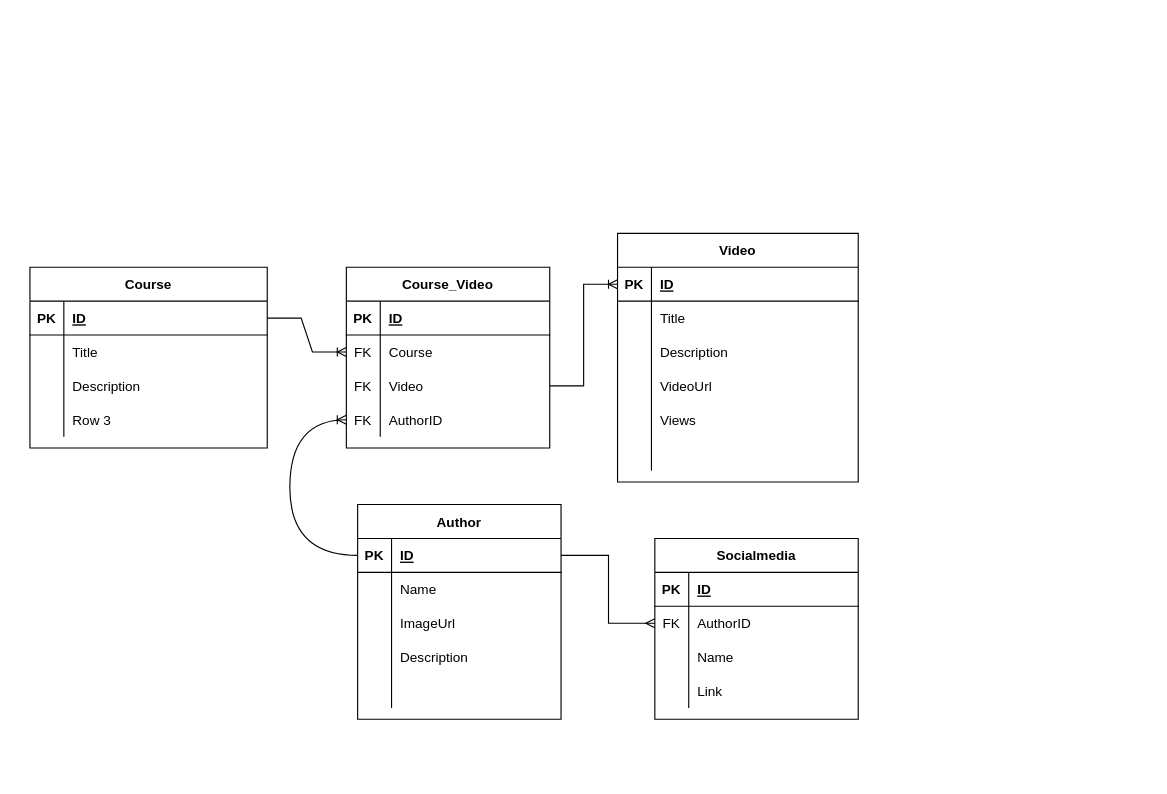
RobertoTeVe/Lemon-CS keeps this draw.io diagram as M1-Modelado/01-Modelado/ModeladoRelacional.drawio. Above is the earlier version. Source tidied: cells renumbered, new cells numbered last; positions are measured from the earlier drawing's top-left corner, leaving out a move shared by most shapes. Both pictures are drawn from the tidied source at 113%, with x=0, y=0 at pixel (29, 233).
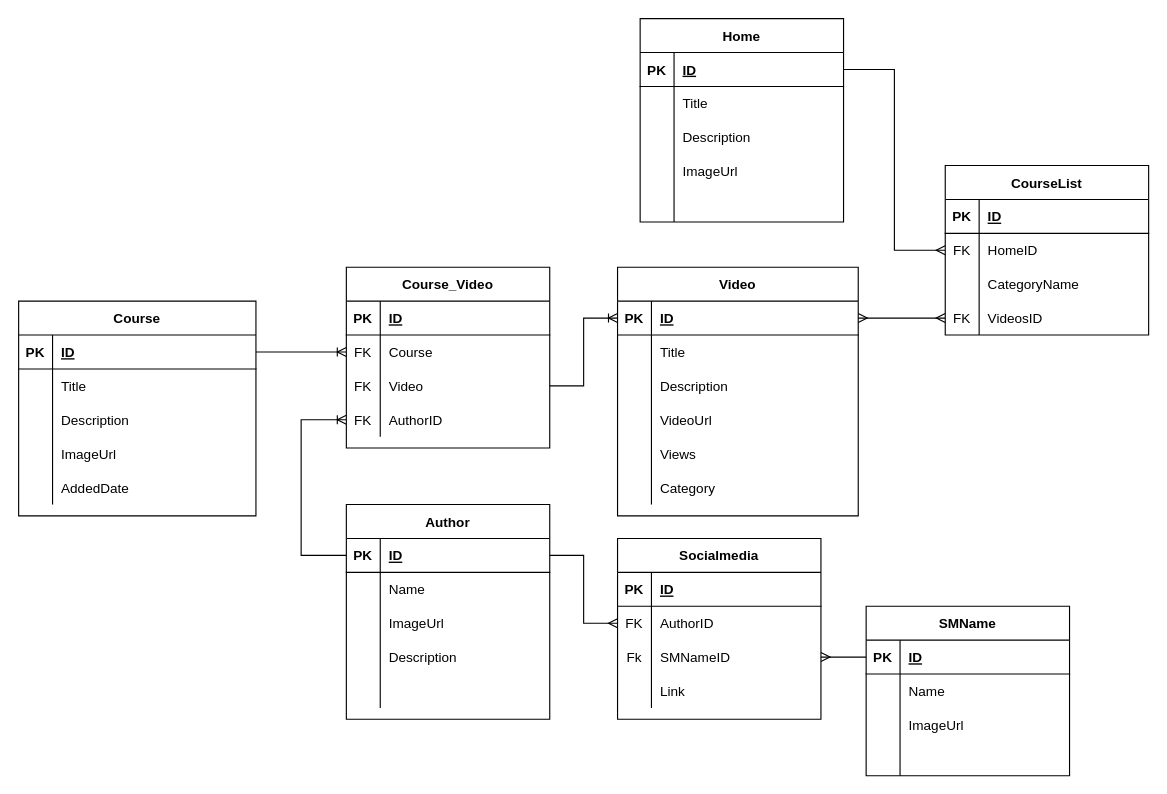
The same page after the edit.

Unchanged cells that the change refers to:
```xml
<mxCell id="3" style="shape=tableRow;horizontal=0;startSize=0;swimlaneHead=0;swimlaneBody=0;fillColor=none;points=[[0,0.5],[1,0.5]];portConstraint=eastwest;top=0;left=0;right=0;bottom=1;" parent="2" vertex="1">
  <mxGeometry y="30" width="213" height="30" as="geometry" />
</mxCell>
<mxCell id="18" style="shape=tableRow;horizontal=0;startSize=0;swimlaneHead=0;swimlaneBody=0;fillColor=none;top=0;left=0;right=0;bottom=0;" parent="2" vertex="1">
  <mxGeometry y="180" width="213" height="30" as="geometry" />
</mxCell>
<mxCell id="31" style="shape=tableRow;horizontal=0;startSize=0;swimlaneHead=0;swimlaneBody=0;fillColor=none;top=0;left=0;right=0;bottom=0;" parent="21" vertex="1">
  <mxGeometry y="120" width="210" height="30" as="geometry" />
</mxCell>
<mxCell id="44" style="shape=tableRow;horizontal=0;startSize=0;swimlaneHead=0;swimlaneBody=0;fillColor=none;points=[[0,0.5],[1,0.5]];portConstraint=eastwest;top=0;left=0;right=0;bottom=0;" parent="34" vertex="1">
  <mxGeometry y="120" width="180" height="30" as="geometry" />
</mxCell>
<mxCell id="50" style="shape=tableRow;horizontal=0;startSize=0;swimlaneHead=0;swimlaneBody=0;fillColor=none;points=[[0,0.5],[1,0.5]];portConstraint=eastwest;top=0;left=0;right=0;bottom=1;" parent="49" vertex="1">
  <mxGeometry y="30" width="180" height="30" as="geometry" />
</mxCell>
<mxCell id="72" style="shape=tableRow;horizontal=0;startSize=0;swimlaneHead=0;swimlaneBody=0;fillColor=none;points=[[0,0.5],[1,0.5]];portConstraint=eastwest;top=0;left=0;right=0;bottom=0;" parent="65" vertex="1">
  <mxGeometry y="90" width="180" height="30" as="geometry" />
</mxCell>
```

Diff of the diagram source:
```diff
@@
     <mxCell id="2" value="Video" style="shape=table;startSize=30;childLayout=tableLayout;rowLines=0;fontStyle=1;align=center;" parent="1" vertex="1">
-      <mxGeometry x="520" width="213" height="220" as="geometry" />
+      <mxGeometry x="520" y="30" width="213" height="220" as="geometry" />
     </mxCell>
@@
-    <mxCell id="20" style="shape=partialRectangle;fillColor=none;top=0;left=0;bottom=0;right=0;align=left;spacingLeft=6;overflow=hidden;" parent="18" vertex="1">
+    <mxCell id="20" value="Category" style="shape=partialRectangle;fillColor=none;top=0;left=0;bottom=0;right=0;align=left;spacingLeft=6;overflow=hidden;" parent="18" vertex="1">
       <mxGeometry x="30" width="183" height="30" as="geometry" />
     </mxCell>
     <mxCell id="21" value="Course" style="shape=table;startSize=30;childLayout=tableLayout;rowLines=0;fontStyle=1;align=center;" parent="1" vertex="1">
-      <mxGeometry y="30" width="210" height="160" as="geometry" />
+      <mxGeometry x="-10" y="60" width="210" height="190" as="geometry" />
     </mxCell>
@@
-    <mxCell id="33" value="Row 3" style="shape=partialRectangle;fillColor=none;top=0;left=0;bottom=0;right=0;align=left;spacingLeft=6;overflow=hidden;" parent="31" vertex="1">
+    <mxCell id="33" value="ImageUrl" style="shape=partialRectangle;fillColor=none;top=0;left=0;bottom=0;right=0;align=left;spacingLeft=6;overflow=hidden;" parent="31" vertex="1">
       <mxGeometry x="30" width="180" height="30" as="geometry" />
     </mxCell>
+    <mxCell id="80" style="shape=tableRow;horizontal=0;startSize=0;swimlaneHead=0;swimlaneBody=0;fillColor=none;top=0;left=0;right=0;bottom=0;" parent="21" vertex="1">
+      <mxGeometry y="150" width="210" height="30" as="geometry" />
+    </mxCell>
+    <mxCell id="81" style="shape=partialRectangle;fillColor=none;top=0;left=0;bottom=0;right=0;overflow=hidden;" parent="80" vertex="1">
+      <mxGeometry width="30" height="30" as="geometry" />
+    </mxCell>
+    <mxCell id="82" value="AddedDate" style="shape=partialRectangle;fillColor=none;top=0;left=0;bottom=0;right=0;align=left;spacingLeft=6;overflow=hidden;" parent="80" vertex="1">
+      <mxGeometry x="30" width="180" height="30" as="geometry" />
+    </mxCell>
@@
     <mxCell id="49" value="Author" style="shape=table;startSize=30;childLayout=tableLayout;rowLines=0;fontStyle=1;align=center;" parent="1" vertex="1">
-      <mxGeometry x="290" y="240" width="180" height="190" as="geometry" />
+      <mxGeometry x="280" y="240" width="180" height="190" as="geometry" />
     </mxCell>
@@
     <mxCell id="65" value="Socialmedia" style="shape=table;startSize=30;childLayout=tableLayout;rowLines=0;fontStyle=1;align=center;" parent="1" vertex="1">
-      <mxGeometry x="553" y="270" width="180" height="160" as="geometry" />
+      <mxGeometry x="520" y="270" width="180" height="160" as="geometry" />
     </mxCell>
@@
-    <mxCell id="73" style="shape=partialRectangle;fillColor=none;top=0;left=0;bottom=0;right=0;overflow=hidden;" parent="72" vertex="1">
+    <mxCell id="73" value="Fk" style="shape=partialRectangle;fillColor=none;top=0;left=0;bottom=0;right=0;overflow=hidden;" parent="72" vertex="1">
       <mxGeometry width="30" height="30" as="geometry" />
     </mxCell>
-    <mxCell id="74" value="Name" style="shape=partialRectangle;fillColor=none;top=0;left=0;bottom=0;right=0;align=left;spacingLeft=6;overflow=hidden;" parent="72" vertex="1">
+    <mxCell id="74" value="SMNameID" style="shape=partialRectangle;fillColor=none;top=0;left=0;bottom=0;right=0;align=left;spacingLeft=6;overflow=hidden;" parent="72" vertex="1">
       <mxGeometry x="30" width="150" height="30" as="geometry" />
     </mxCell>
@@
-    <mxCell id="78" style="edgeStyle=orthogonalEdgeStyle;fontSize=12;html=1;endArrow=ERoneToMany;rounded=0;entryX=0;entryY=0.5;entryDx=0;entryDy=0;exitX=0;exitY=0.5;exitDx=0;exitDy=0;curved=1;" parent="1" edge="1" source="50" target="44">
+    <mxCell id="78" style="edgeStyle=elbowEdgeStyle;fontSize=12;html=1;endArrow=ERoneToMany;rounded=0;entryX=0;entryY=0.5;entryDx=0;entryDy=0;exitX=0;exitY=0.5;exitDx=0;exitDy=0;" parent="1" edge="1" source="50" target="44">
       <mxGeometry relative="1" as="geometry">
         <Array as="points">
-          <mxPoint x="230" y="285" />
-          <mxPoint x="230" y="165" />
+          <mxPoint x="240" y="220" />
         </Array>
       </mxGeometry>
     </mxCell>
@@
+    <mxCell id="83" value="SMName" style="shape=table;startSize=30;childLayout=tableLayout;rowLines=0;fontStyle=1;align=center;" parent="1" vertex="1">
+      <mxGeometry x="740" y="330" width="180" height="150" as="geometry" />
+    </mxCell>
+    <mxCell id="84" style="shape=tableRow;horizontal=0;startSize=0;swimlaneHead=0;swimlaneBody=0;fillColor=none;points=[[0,0.5],[1,0.5]];portConstraint=eastwest;top=0;left=0;right=0;bottom=1;" parent="83" vertex="1">
+      <mxGeometry y="30" width="180" height="30" as="geometry" />
+    </mxCell>
+    <mxCell id="85" value="PK" style="shape=partialRectangle;fillColor=none;top=0;left=0;bottom=0;right=0;fontStyle=1;overflow=hidden;" parent="84" vertex="1">
+      <mxGeometry width="30" height="30" as="geometry" />
+    </mxCell>
+    <mxCell id="86" value="ID" style="shape=partialRectangle;fillColor=none;top=0;left=0;bottom=0;right=0;align=left;spacingLeft=6;fontStyle=5;overflow=hidden;" parent="84" vertex="1">
+      <mxGeometry x="30" width="150" height="30" as="geometry" />
+    </mxCell>
+    <mxCell id="87" style="shape=tableRow;horizontal=0;startSize=0;swimlaneHead=0;swimlaneBody=0;fillColor=none;top=0;left=0;right=0;bottom=0;" parent="83" vertex="1">
+      <mxGeometry y="60" width="180" height="30" as="geometry" />
+    </mxCell>
+    <mxCell id="88" style="shape=partialRectangle;fillColor=none;top=0;left=0;bottom=0;right=0;overflow=hidden;" parent="87" vertex="1">
+      <mxGeometry width="30" height="30" as="geometry" />
+    </mxCell>
+    <mxCell id="89" value="Name" style="shape=partialRectangle;fillColor=none;top=0;left=0;bottom=0;right=0;align=left;spacingLeft=6;overflow=hidden;" parent="87" vertex="1">
+      <mxGeometry x="30" width="150" height="30" as="geometry" />
+    </mxCell>
+    <mxCell id="90" style="shape=tableRow;horizontal=0;startSize=0;swimlaneHead=0;swimlaneBody=0;fillColor=none;top=0;left=0;right=0;bottom=0;" parent="83" vertex="1">
+      <mxGeometry y="90" width="180" height="30" as="geometry" />
+    </mxCell>
+    <mxCell id="91" style="shape=partialRectangle;fillColor=none;top=0;left=0;bottom=0;right=0;overflow=hidden;" parent="90" vertex="1">
+      <mxGeometry width="30" height="30" as="geometry" />
+    </mxCell>
+    <mxCell id="92" value="ImageUrl" style="shape=partialRectangle;fillColor=none;top=0;left=0;bottom=0;right=0;align=left;spacingLeft=6;overflow=hidden;" parent="90" vertex="1">
+      <mxGeometry x="30" width="150" height="30" as="geometry" />
+    </mxCell>
+    <mxCell id="93" style="shape=tableRow;horizontal=0;startSize=0;swimlaneHead=0;swimlaneBody=0;fillColor=none;top=0;left=0;right=0;bottom=0;" parent="83" vertex="1">
+      <mxGeometry y="120" width="180" height="30" as="geometry" />
+    </mxCell>
+    <mxCell id="94" style="shape=partialRectangle;fillColor=none;top=0;left=0;bottom=0;right=0;overflow=hidden;" parent="93" vertex="1">
+      <mxGeometry width="30" height="30" as="geometry" />
+    </mxCell>
+    <mxCell id="95" style="shape=partialRectangle;fillColor=none;top=0;left=0;bottom=0;right=0;align=left;spacingLeft=6;overflow=hidden;" parent="93" vertex="1">
+      <mxGeometry x="30" width="150" height="30" as="geometry" />
+    </mxCell>
+    <mxCell id="96" style="edgeStyle=elbowEdgeStyle;fontSize=12;html=1;endArrow=none;rounded=0;entryX=0;entryY=0.5;entryDx=0;entryDy=0;exitX=1;exitY=0.5;exitDx=0;exitDy=0;startArrow=ERmany;startFill=0;endFill=0;" parent="1" edge="1" source="72" target="84">
+      <mxGeometry relative="1" as="geometry" />
+    </mxCell>
+    <mxCell id="97" value="Home" style="shape=table;startSize=30;childLayout=tableLayout;rowLines=0;fontStyle=1;align=center;" parent="1" vertex="1">
+      <mxGeometry x="540" y="-190" width="180" height="180" as="geometry" />
+    </mxCell>
+    <mxCell id="98" style="shape=tableRow;horizontal=0;startSize=0;swimlaneHead=0;swimlaneBody=0;fillColor=none;points=[[0,0.5],[1,0.5]];portConstraint=eastwest;top=0;left=0;right=0;bottom=1;" parent="97" vertex="1">
+      <mxGeometry y="30" width="180" height="30" as="geometry" />
+    </mxCell>
+    <mxCell id="99" value="PK" style="shape=partialRectangle;fillColor=none;top=0;left=0;bottom=0;right=0;fontStyle=1;overflow=hidden;" parent="98" vertex="1">
+      <mxGeometry width="30" height="30" as="geometry" />
+    </mxCell>
+    <mxCell id="100" value="ID" style="shape=partialRectangle;fillColor=none;top=0;left=0;bottom=0;right=0;align=left;spacingLeft=6;fontStyle=5;overflow=hidden;" parent="98" vertex="1">
+      <mxGeometry x="30" width="150" height="30" as="geometry" />
+    </mxCell>
+    <mxCell id="101" style="shape=tableRow;horizontal=0;startSize=0;swimlaneHead=0;swimlaneBody=0;fillColor=none;top=0;left=0;right=0;bottom=0;" parent="97" vertex="1">
+      <mxGeometry y="60" width="180" height="30" as="geometry" />
+    </mxCell>
+    <mxCell id="102" style="shape=partialRectangle;fillColor=none;top=0;left=0;bottom=0;right=0;overflow=hidden;" parent="101" vertex="1">
+      <mxGeometry width="30" height="30" as="geometry" />
+    </mxCell>
+    <mxCell id="103" value="Title" style="shape=partialRectangle;fillColor=none;top=0;left=0;bottom=0;right=0;align=left;spacingLeft=6;overflow=hidden;" parent="101" vertex="1">
+      <mxGeometry x="30" width="150" height="30" as="geometry" />
+    </mxCell>
+    <mxCell id="104" style="shape=tableRow;horizontal=0;startSize=0;swimlaneHead=0;swimlaneBody=0;fillColor=none;top=0;left=0;right=0;bottom=0;" parent="97" vertex="1">
+      <mxGeometry y="90" width="180" height="30" as="geometry" />
+    </mxCell>
+    <mxCell id="105" style="shape=partialRectangle;fillColor=none;top=0;left=0;bottom=0;right=0;overflow=hidden;" parent="104" vertex="1">
+      <mxGeometry width="30" height="30" as="geometry" />
+    </mxCell>
+    <mxCell id="106" value="Description" style="shape=partialRectangle;fillColor=none;top=0;left=0;bottom=0;right=0;align=left;spacingLeft=6;overflow=hidden;" parent="104" vertex="1">
+      <mxGeometry x="30" width="150" height="30" as="geometry" />
+    </mxCell>
+    <mxCell id="107" style="shape=tableRow;horizontal=0;startSize=0;swimlaneHead=0;swimlaneBody=0;fillColor=none;top=0;left=0;right=0;bottom=0;" parent="97" vertex="1">
+      <mxGeometry y="120" width="180" height="30" as="geometry" />
+    </mxCell>
+    <mxCell id="108" style="shape=partialRectangle;fillColor=none;top=0;left=0;bottom=0;right=0;overflow=hidden;" parent="107" vertex="1">
+      <mxGeometry width="30" height="30" as="geometry" />
+    </mxCell>
+    <mxCell id="109" value="ImageUrl" style="shape=partialRectangle;fillColor=none;top=0;left=0;bottom=0;right=0;align=left;spacingLeft=6;overflow=hidden;" parent="107" vertex="1">
+      <mxGeometry x="30" width="150" height="30" as="geometry" />
+    </mxCell>
+    <mxCell id="110" style="shape=tableRow;horizontal=0;startSize=0;swimlaneHead=0;swimlaneBody=0;fillColor=none;top=0;left=0;right=0;bottom=0;" parent="97" vertex="1">
+      <mxGeometry y="150" width="180" height="30" as="geometry" />
+    </mxCell>
+    <mxCell id="111" style="shape=partialRectangle;fillColor=none;top=0;left=0;bottom=0;right=0;overflow=hidden;" parent="110" vertex="1">
+      <mxGeometry width="30" height="30" as="geometry" />
+    </mxCell>
+    <mxCell id="112" style="shape=partialRectangle;fillColor=none;top=0;left=0;bottom=0;right=0;align=left;spacingLeft=6;overflow=hidden;" parent="110" vertex="1">
+      <mxGeometry x="30" width="150" height="30" as="geometry" />
+    </mxCell>
+    <mxCell id="113" value="CourseList" style="shape=table;startSize=30;childLayout=tableLayout;rowLines=0;fontStyle=1;align=center;" parent="1" vertex="1">
+      <mxGeometry x="810" y="-60" width="180" height="150" as="geometry" />
+    </mxCell>
+    <mxCell id="114" style="shape=tableRow;horizontal=0;startSize=0;swimlaneHead=0;swimlaneBody=0;fillColor=none;top=0;left=0;right=0;bottom=1;" parent="113" vertex="1">
+      <mxGeometry y="30" width="180" height="30" as="geometry" />
+    </mxCell>
+    <mxCell id="115" value="PK" style="shape=partialRectangle;fillColor=none;top=0;left=0;bottom=0;right=0;fontStyle=1;overflow=hidden;" parent="114" vertex="1">
+      <mxGeometry width="30" height="30" as="geometry" />
+    </mxCell>
+    <mxCell id="116" value="ID" style="shape=partialRectangle;fillColor=none;top=0;left=0;bottom=0;right=0;align=left;spacingLeft=6;fontStyle=5;overflow=hidden;" parent="114" vertex="1">
+      <mxGeometry x="30" width="150" height="30" as="geometry" />
+    </mxCell>
+    <mxCell id="117" style="shape=tableRow;horizontal=0;startSize=0;swimlaneHead=0;swimlaneBody=0;fillColor=none;points=[[0,0.5],[1,0.5]];portConstraint=eastwest;top=0;left=0;right=0;bottom=0;" parent="113" vertex="1">
+      <mxGeometry y="60" width="180" height="30" as="geometry" />
+    </mxCell>
+    <mxCell id="118" value="FK" style="shape=partialRectangle;fillColor=none;top=0;left=0;bottom=0;right=0;overflow=hidden;" parent="117" vertex="1">
+      <mxGeometry width="30" height="30" as="geometry" />
+    </mxCell>
+    <mxCell id="119" value="HomeID" style="shape=partialRectangle;fillColor=none;top=0;left=0;bottom=0;right=0;align=left;spacingLeft=6;overflow=hidden;" parent="117" vertex="1">
+      <mxGeometry x="30" width="150" height="30" as="geometry" />
+    </mxCell>
+    <mxCell id="120" style="shape=tableRow;horizontal=0;startSize=0;swimlaneHead=0;swimlaneBody=0;fillColor=none;top=0;left=0;right=0;bottom=0;" parent="113" vertex="1">
+      <mxGeometry y="90" width="180" height="30" as="geometry" />
+    </mxCell>
+    <mxCell id="121" style="shape=partialRectangle;fillColor=none;top=0;left=0;bottom=0;right=0;overflow=hidden;" parent="120" vertex="1">
+      <mxGeometry width="30" height="30" as="geometry" />
+    </mxCell>
+    <mxCell id="122" value="CategoryName" style="shape=partialRectangle;fillColor=none;top=0;left=0;bottom=0;right=0;align=left;spacingLeft=6;overflow=hidden;" parent="120" vertex="1">
+      <mxGeometry x="30" width="150" height="30" as="geometry" />
+    </mxCell>
+    <mxCell id="123" style="shape=tableRow;horizontal=0;startSize=0;swimlaneHead=0;swimlaneBody=0;fillColor=none;points=[[0,0.5],[1,0.5]];portConstraint=eastwest;top=0;left=0;right=0;bottom=0;" parent="113" vertex="1">
+      <mxGeometry y="120" width="180" height="30" as="geometry" />
+    </mxCell>
+    <mxCell id="124" value="FK" style="shape=partialRectangle;fillColor=none;top=0;left=0;bottom=0;right=0;overflow=hidden;" parent="123" vertex="1">
+      <mxGeometry width="30" height="30" as="geometry" />
+    </mxCell>
+    <mxCell id="125" value="VideosID" style="shape=partialRectangle;fillColor=none;top=0;left=0;bottom=0;right=0;align=left;spacingLeft=6;overflow=hidden;" parent="123" vertex="1">
+      <mxGeometry x="30" width="150" height="30" as="geometry" />
+    </mxCell>
+    <mxCell id="126" style="edgeStyle=elbowEdgeStyle;fontSize=12;html=1;endArrow=ERmany;rounded=0;entryX=0;entryY=0.5;entryDx=0;entryDy=0;exitX=1;exitY=0.5;exitDx=0;exitDy=0;startArrow=ERmany;startFill=0;endFill=0;" parent="1" edge="1" source="3" target="123">
+      <mxGeometry relative="1" as="geometry" />
+    </mxCell>
+    <mxCell id="127" style="edgeStyle=elbowEdgeStyle;fontSize=12;html=1;endArrow=none;rounded=0;entryX=1;entryY=0.5;entryDx=0;entryDy=0;exitX=0;exitY=0.5;exitDx=0;exitDy=0;startArrow=ERmany;startFill=0;endFill=0;" parent="1" edge="1" source="117" target="98">
+      <mxGeometry relative="1" as="geometry" />
+    </mxCell>
```
